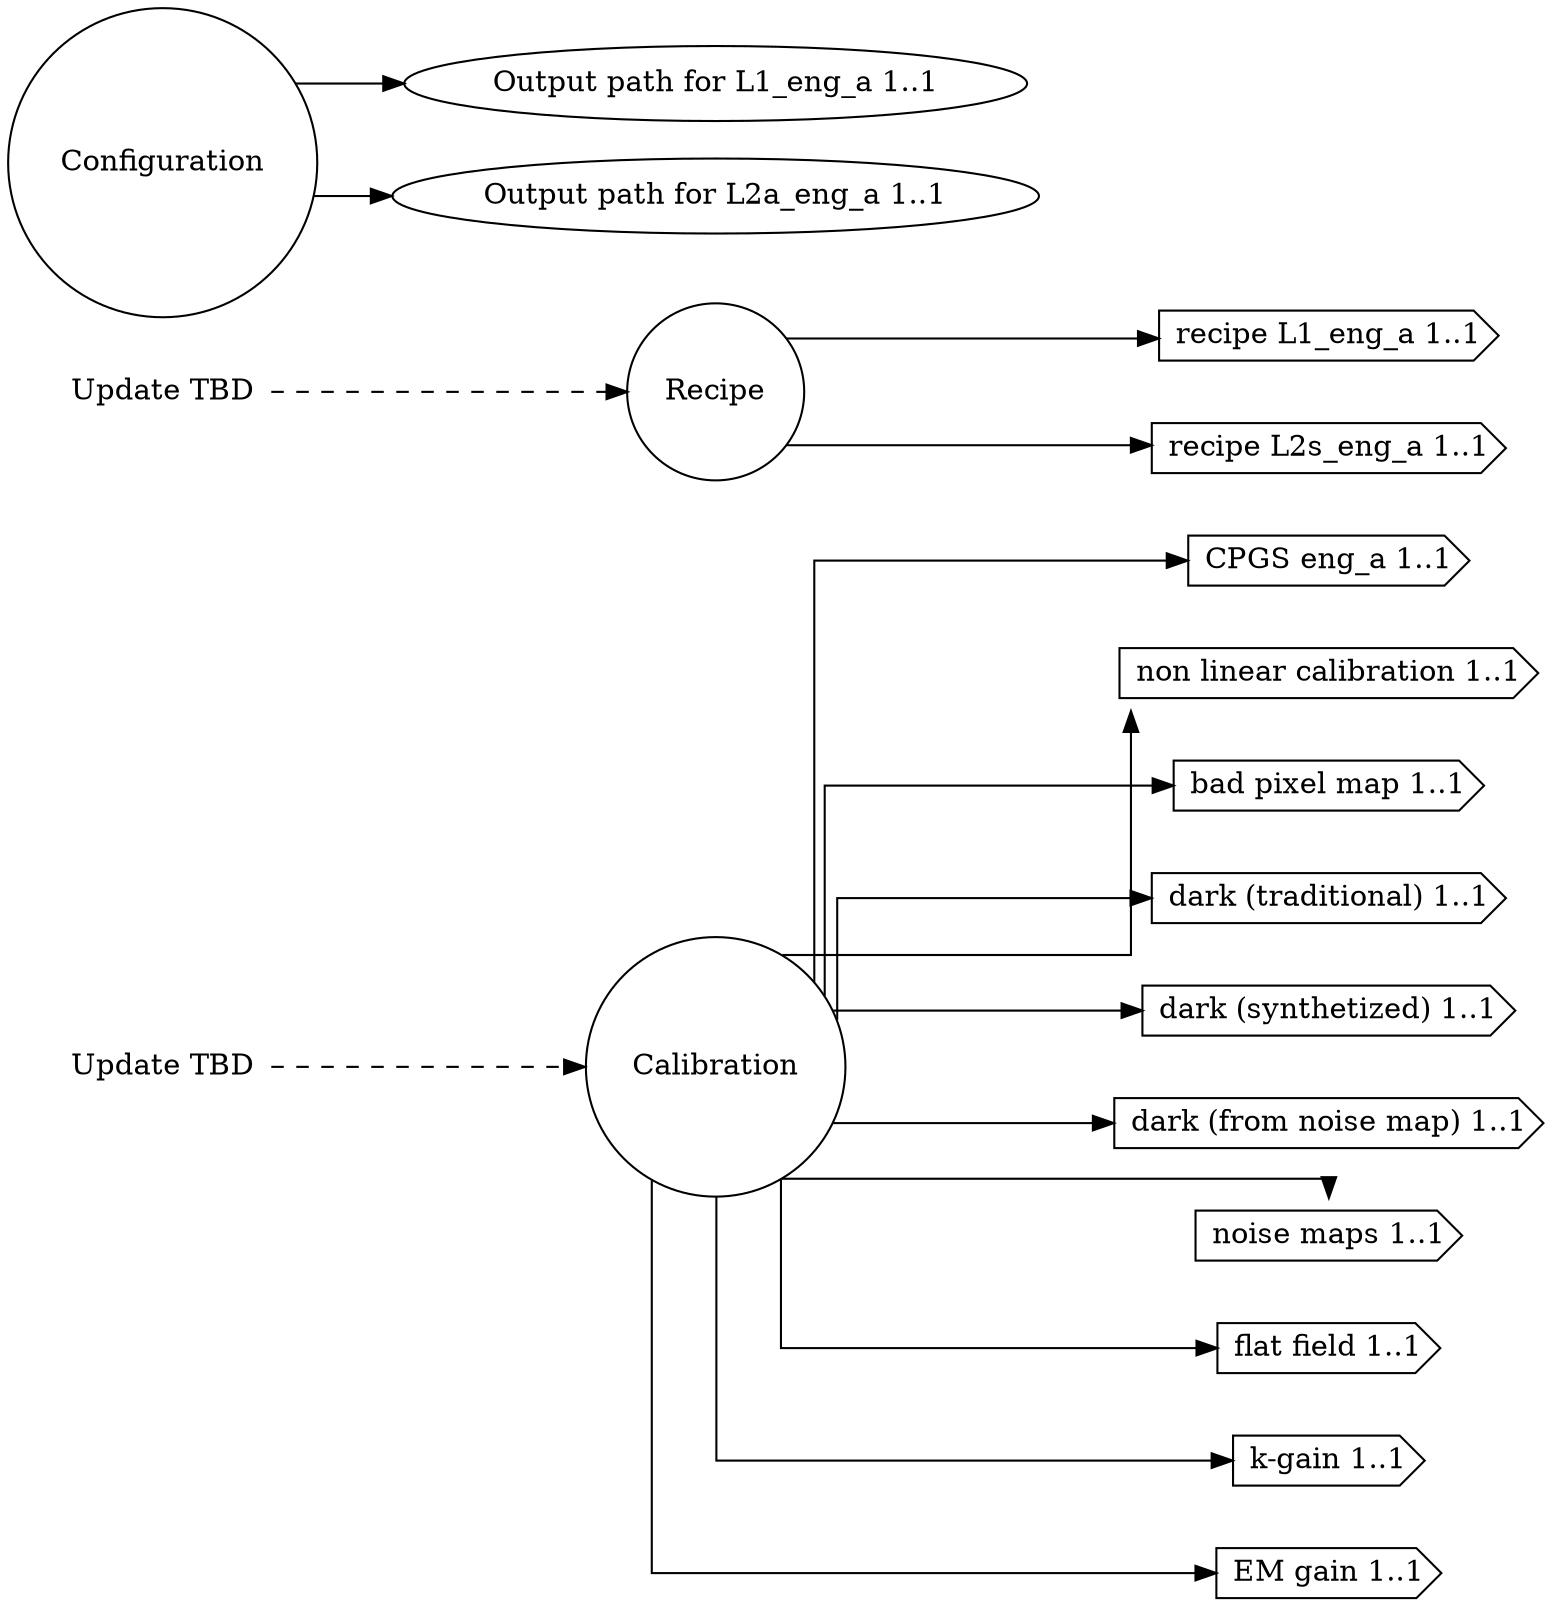
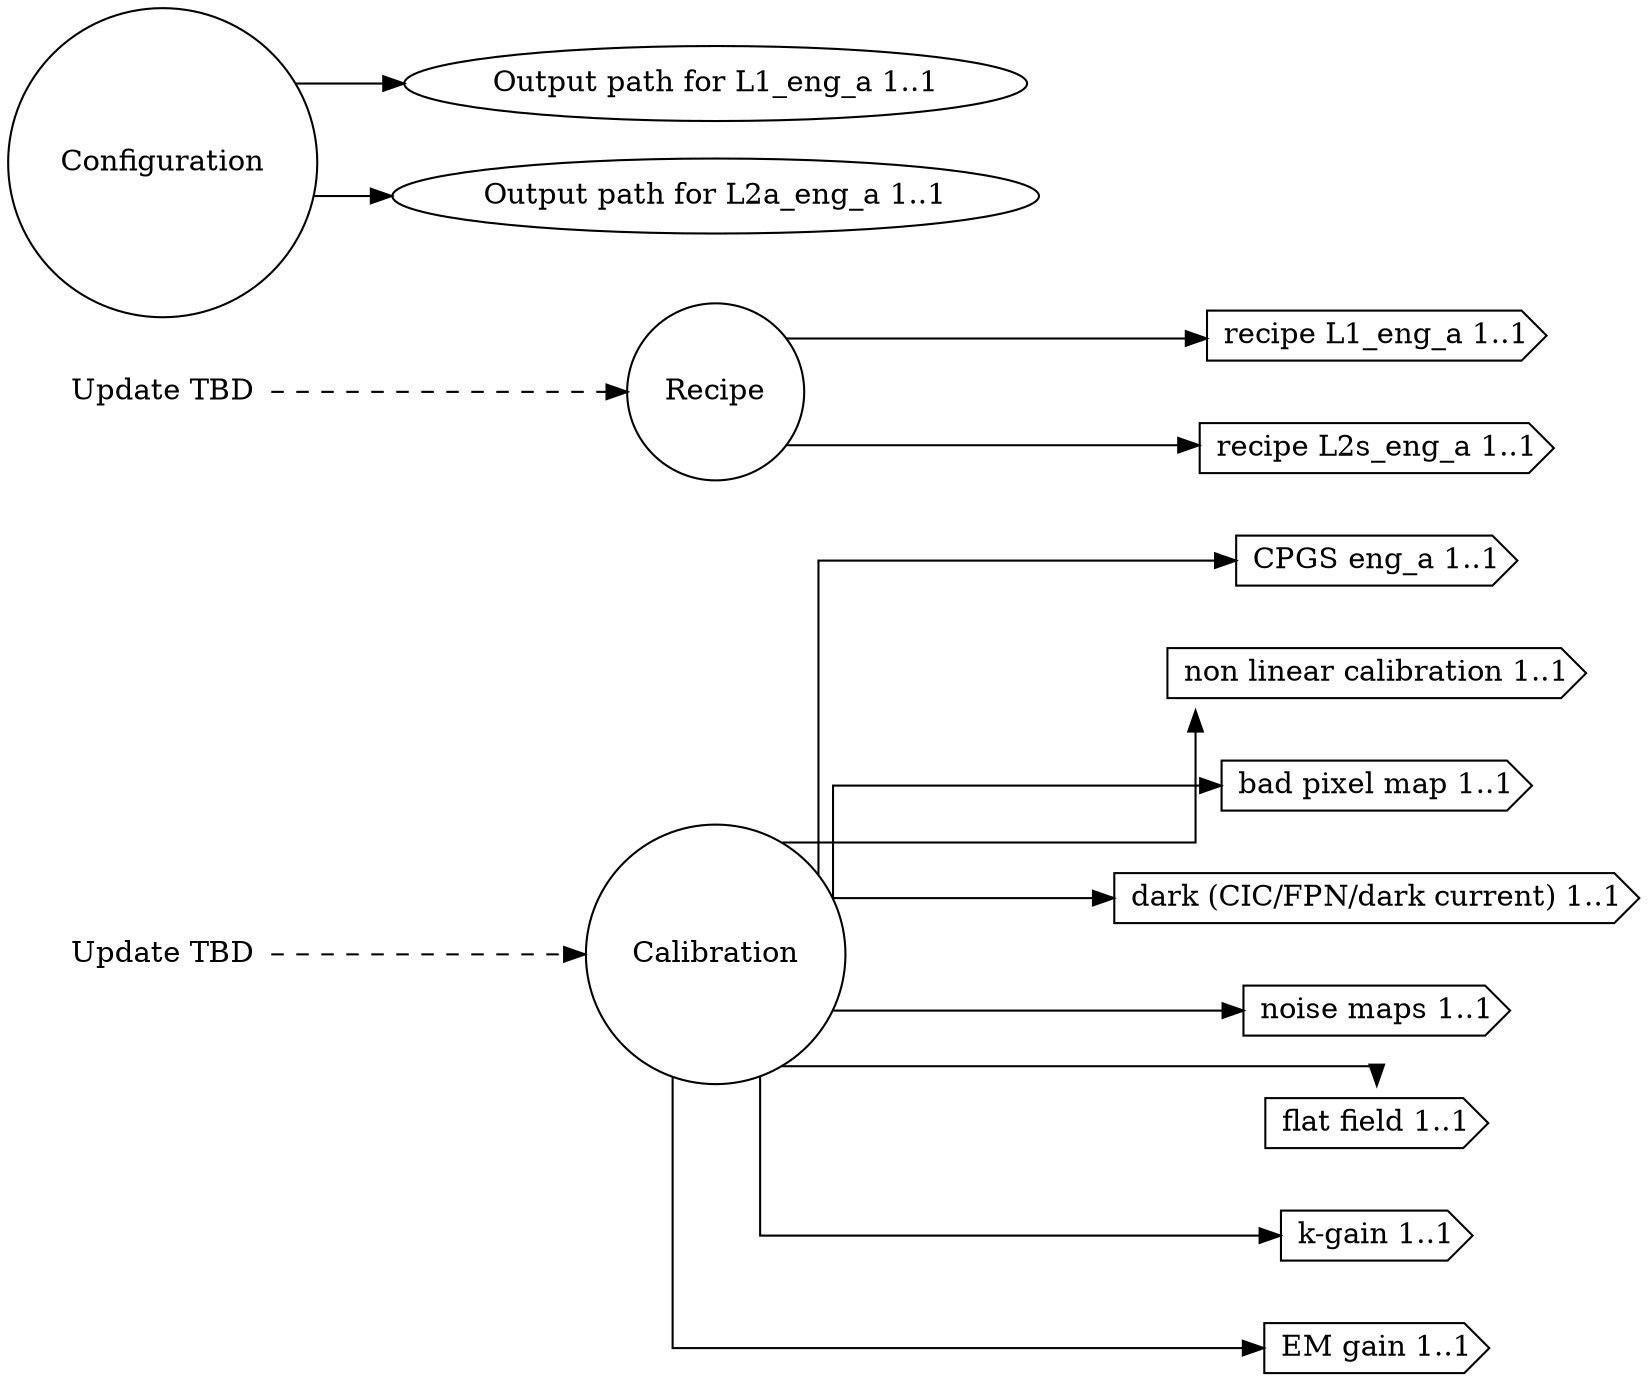
digraph Clerks
{
  graph [splines="ortho", rankdir=LR];

  alarm_cal [label="Update TBD", shape="none"];
  alarm_rec [label="Update TBD", shape="none"];

  calib [label="Calibration", shape="circle",
         runname="clerk.calibration"
         runtype="dawgie.Analyzer"
         fsmtype="dip.clerk.impls.calibration.FSM"];
  config [label="Configuration", shape="circle",
          runname="clerk.configuration",
          runtype="dawgie.Analyzer",
          fsmtype="dip.clerk.impls.config.FSM"];
  recipe [label="Recipe", shape="circle",
          runname="clerk.recipe"
          runtype="dawgie.Analyzer"
          fsmtype="dip.clerk.impls.recipe.FSM"];

  eng_a_cpgs [label="CPGS eng_a 1..1", shape="cds",
              valname="clerk.calibration.eng_a.cpgs",
              valtype="dip.base.Cpgs"];
  l1_eng_a_odir [label="Output path for L1_eng_a 1..1", shape="ellipse",
                 valname="clerk.configuration.l1_eng_a.outdir",
                 valtype="dip.base.Configuration"]
  l1_eng_a_rec [label="recipe L1_eng_a 1..1", shape="cds",
                valname="clerk.recipe.l1_eng_a.recipe",
                valtype="dip.base.Recipe"];
  l1_eng_a_nln [label="non linear calibration 1..1", shape="cds",
                valname="clerk.calibration.l1_eng_a.nonlin",
                valtype="dip.base.Calibration"];

  l2a_eng_a_odir [label="Output path for L2a_eng_a 1..1", shape="ellipse",
                 valname="clerk.configuration.l2_eng_a.outdir",
                 valtype="dip.base.Configuration"]
  l2a_eng_a_rec [label="recipe L2s_eng_a 1..1", shape="cds",
                 valname="clerk.recipe.l2a_eng_a.recipe",
                 valtype="dip.base.Recipe"];
-   l2a_eng_a_bpm [label="bad pixel map 1..1", shape="cds",
+   l2a_eng_a_mbpm [label="bad pixel map 1..1", shape="cds",
                valname="clerk.calibration.l2a_eng_a.bad_pix_map",
                valtype="dip.base.Calibration"];
-   l2a_eng_a_dt  [label="dark (traditional) 1..1", shape="cds",
-                 valname="clerk.calibration.l2a_eng_a.dark_trad",
-                 valtype="dip.base.Calibration"];
-   l2a_eng_a_ds  [label="dark (synthetized) 1..1", shape="cds",
-                 valname="clerk.calibration.l2a_eng_a.dark_synth",
-                 valtype="dip.base.Calibration"];
-   l2a_eng_a_dn  [label="dark (from noise map) 1..1", shape="cds",
-                 valname="clerk.calibration.l2a_eng_a.dark_noise",
-                 valtype="dip.base.Calibration"];
+   l2a_eng_a_dnb  [label="dark (CIC/FPN/dark current) 1..1", shape="cds",
+                   valname="clerk.calibration.l2a_eng_a.darks",
+                   valtype="dip.base.Calibration"];
  l2a_eng_a_nm  [label="noise maps 1..1", shape="cds",
                valname="clerk.calibration.l2a_eng_a.noise_map",
                valtype="dip.base.Calibration"];
  l2a_eng_a_ff  [label="flat field 1..1", shape="cds",
                valname="clerk.calibration.l2a_eng_a.flat_field",
                valtype="dip.base.Calibration"];
-   l2a_eng_a_kg  [label="k-gain 1..1", shape="cds",
+   l2a_eng_a_kgain  [label="k-gain 1..1", shape="cds",
                valname="clerk.calibration.l2a_eng_a.k_gain",
                valtype="dip.base.Calibration"];
  l2a_eng_a_emg [label="EM gain 1..1", shape="cds",
                valname="clerk.calibration.l2a_eng_a.em_gain",
                valtype="dip.base.Calibration"];

  alarm_cal -> calib [style="dashed"];
  alarm_rec -> recipe [style="dashed"];

  calib -> eng_a_cpgs;
  calib -> l1_eng_a_nln;
-   calib -> l2a_eng_a_bpm;
-   calib -> l2a_eng_a_dt;
-   calib -> l2a_eng_a_ds;
-   calib -> l2a_eng_a_dn;
+   calib -> l2a_eng_a_mbpm;
+   calib -> l2a_eng_a_dnb;
  calib -> l2a_eng_a_nm;
  calib -> l2a_eng_a_ff;
-   calib -> l2a_eng_a_kg;
+   calib -> l2a_eng_a_kgain;
  calib -> l2a_eng_a_emg;
  config -> l1_eng_a_odir;
  config -> l2a_eng_a_odir;
  recipe -> l1_eng_a_rec;
  recipe -> l2a_eng_a_rec;
}
